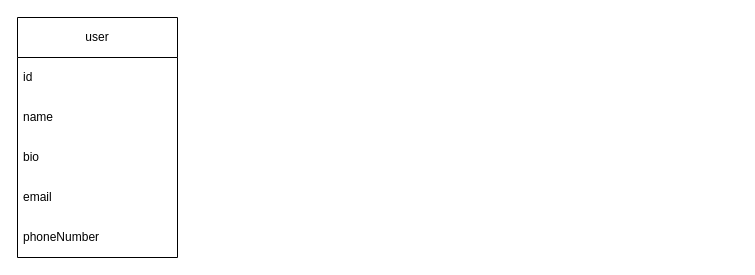
The draw.io diagram architecture/ProjectX76-A.drawio in X76-A/documents, before the edit. Source tidied: cells renumbered, new cells numbered last; positions are measured from the earlier drawing's top-left corner, leaving out a move shared by most shapes. Both pictures are drawn from the tidied source at 100%, with x=0, y=0 at pixel (17, 17).
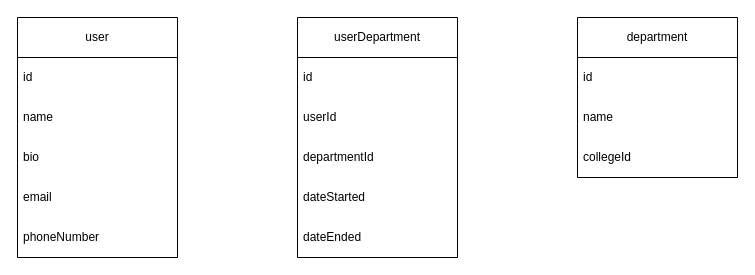
Above is the later version.

The edit, as a diff of the source:
```diff
@@
 <mxGraphModel>
   <root>
     <mxCell id="0" />
     <mxCell id="1" parent="0" />
     <mxCell id="2" value="user" style="swimlane;fontStyle=0;horizontal=1;startSize=40;whiteSpace=wrap;html=1;" parent="1" vertex="1">
       <mxGeometry width="160" height="240" as="geometry" />
     </mxCell>
     <mxCell id="3" value="id" style="text;strokeColor=none;fillColor=none;align=left;verticalAlign=middle;spacingLeft=4;spacingRight=4;overflow=hidden;whiteSpace=wrap;html=1;" parent="2" vertex="1">
       <mxGeometry y="40" width="160" height="40" as="geometry" />
     </mxCell>
     <mxCell id="4" value="name" style="text;strokeColor=none;fillColor=none;align=left;verticalAlign=middle;spacingLeft=4;spacingRight=4;overflow=hidden;whiteSpace=wrap;html=1;" parent="2" vertex="1">
       <mxGeometry y="80" width="160" height="40" as="geometry" />
     </mxCell>
     <mxCell id="5" value="bio" style="text;strokeColor=none;fillColor=none;align=left;verticalAlign=middle;spacingLeft=4;spacingRight=4;overflow=hidden;whiteSpace=wrap;html=1;" parent="2" vertex="1">
       <mxGeometry y="120" width="160" height="40" as="geometry" />
     </mxCell>
     <mxCell id="6" value="email" style="text;strokeColor=none;fillColor=none;align=left;verticalAlign=middle;spacingLeft=4;spacingRight=4;overflow=hidden;whiteSpace=wrap;html=1;" parent="2" vertex="1">
       <mxGeometry y="160" width="160" height="40" as="geometry" />
     </mxCell>
     <mxCell id="7" value="phoneNumber" style="text;strokeColor=none;fillColor=none;align=left;verticalAlign=middle;spacingLeft=4;spacingRight=4;overflow=hidden;whiteSpace=wrap;html=1;" parent="2" vertex="1">
       <mxGeometry y="200" width="160" height="40" as="geometry" />
     </mxCell>
+    <mxCell id="8" value="userDepartment" style="swimlane;fontStyle=0;horizontal=1;startSize=40;whiteSpace=wrap;html=1;" parent="1" vertex="1">
+      <mxGeometry x="280" width="160" height="240" as="geometry" />
+    </mxCell>
+    <mxCell id="9" value="id" style="text;strokeColor=none;fillColor=none;align=left;verticalAlign=middle;spacingLeft=4;spacingRight=4;overflow=hidden;whiteSpace=wrap;html=1;" parent="8" vertex="1">
+      <mxGeometry y="40" width="160" height="40" as="geometry" />
+    </mxCell>
+    <mxCell id="10" value="userId" style="text;strokeColor=none;fillColor=none;align=left;verticalAlign=middle;spacingLeft=4;spacingRight=4;overflow=hidden;whiteSpace=wrap;html=1;" parent="8" vertex="1">
+      <mxGeometry y="80" width="160" height="40" as="geometry" />
+    </mxCell>
+    <mxCell id="11" value="departmentId" style="text;strokeColor=none;fillColor=none;align=left;verticalAlign=middle;spacingLeft=4;spacingRight=4;overflow=hidden;whiteSpace=wrap;html=1;" parent="8" vertex="1">
+      <mxGeometry y="120" width="160" height="40" as="geometry" />
+    </mxCell>
+    <mxCell id="12" value="dateStarted" style="text;strokeColor=none;fillColor=none;align=left;verticalAlign=middle;spacingLeft=4;spacingRight=4;overflow=hidden;whiteSpace=wrap;html=1;" parent="8" vertex="1">
+      <mxGeometry y="160" width="160" height="40" as="geometry" />
+    </mxCell>
+    <mxCell id="13" value="dateEnded" style="text;strokeColor=none;fillColor=none;align=left;verticalAlign=middle;spacingLeft=4;spacingRight=4;overflow=hidden;whiteSpace=wrap;html=1;" parent="8" vertex="1">
+      <mxGeometry y="200" width="160" height="40" as="geometry" />
+    </mxCell>
+    <mxCell id="14" value="department" style="swimlane;fontStyle=0;horizontal=1;startSize=40;whiteSpace=wrap;html=1;" parent="1" vertex="1">
+      <mxGeometry x="560" width="160" height="160" as="geometry" />
+    </mxCell>
+    <mxCell id="15" value="id" style="text;strokeColor=none;fillColor=none;align=left;verticalAlign=middle;spacingLeft=4;spacingRight=4;overflow=hidden;whiteSpace=wrap;html=1;" parent="14" vertex="1">
+      <mxGeometry y="40" width="160" height="40" as="geometry" />
+    </mxCell>
+    <mxCell id="16" value="name" style="text;strokeColor=none;fillColor=none;align=left;verticalAlign=middle;spacingLeft=4;spacingRight=4;overflow=hidden;whiteSpace=wrap;html=1;" parent="14" vertex="1">
+      <mxGeometry y="80" width="160" height="40" as="geometry" />
+    </mxCell>
+    <mxCell id="17" value="collegeId" style="text;strokeColor=none;fillColor=none;align=left;verticalAlign=middle;spacingLeft=4;spacingRight=4;overflow=hidden;whiteSpace=wrap;html=1;" parent="14" vertex="1">
+      <mxGeometry y="120" width="160" height="40" as="geometry" />
+    </mxCell>
   </root>
 </mxGraphModel>
```
